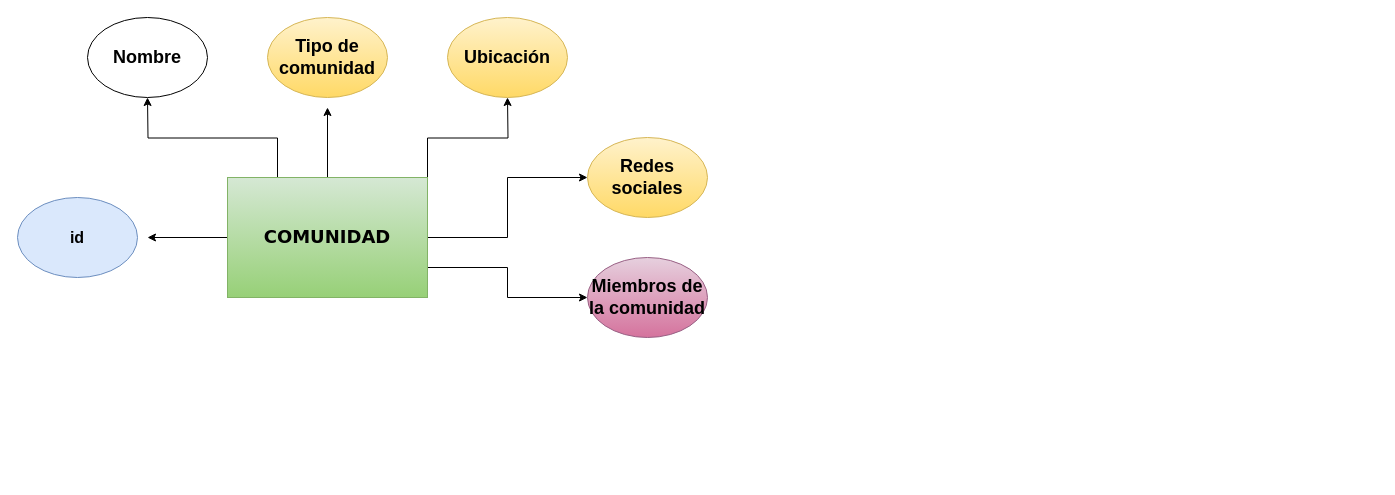
Above: Untitled Diagram.drawio in hongomoon/SkillsForWomenInTech (draw.io), before the change. Source tidied: cells renumbered, new cells numbered last; positions are measured from the earlier drawing's top-left corner, leaving out a move shared by most shapes. Both pictures are drawn from the tidied source at 100%, with x=0, y=0 at pixel (17, 17).
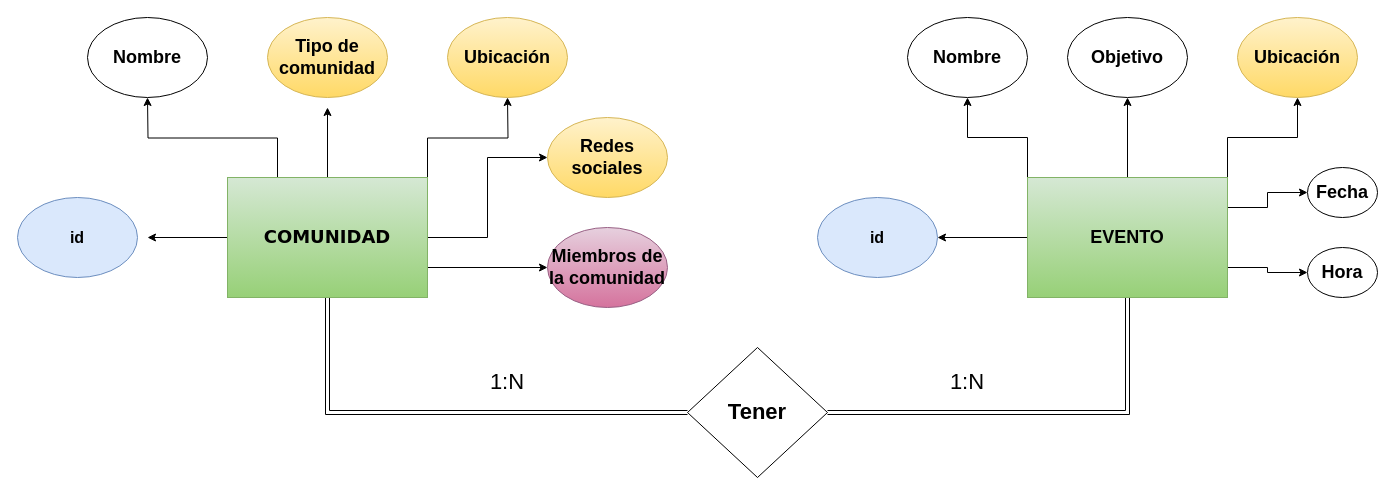
Above is the later version.

Unchanged cells that the change refers to:
```xml
<mxCell id="8" value="&lt;h3 style=&quot;font-size: 18px&quot;&gt;&lt;font style=&quot;font-size: 18px&quot; face=&quot;Verdana&quot;&gt;COMUNIDAD&lt;/font&gt;&lt;br&gt;&lt;/h3&gt;" style="rounded=0;whiteSpace=wrap;html=1;fillColor=#d5e8d4;strokeColor=#82b366;gradientColor=#97d077;" parent="1" vertex="1">
  <mxGeometry x="210" y="160" width="200" height="120" as="geometry" />
</mxCell>
```

Change to the diagram source:
```diff
@@
+    <mxCell id="15" style="edgeStyle=orthogonalEdgeStyle;rounded=0;jettySize=auto;html=1;exitX=0.5;exitY=1;exitDx=0;exitDy=0;entryX=0;entryY=0.5;entryDx=0;entryDy=0;fontFamily=Helvetica;fontSize=22;shape=link;" parent="1" edge="1" source="8" target="30">
+      <mxGeometry relative="1" as="geometry" />
+    </mxCell>
@@
     <mxCell id="13" value="&lt;b&gt;Redes sociales&lt;/b&gt;" style="ellipse;whiteSpace=wrap;html=1;fontFamily=Helvetica;fontSize=18;fillColor=#fff2cc;gradientColor=#ffd966;strokeColor=#d6b656;" parent="1" vertex="1">
-      <mxGeometry x="570" y="120" width="120" height="80" as="geometry" />
+      <mxGeometry x="530" y="100" width="120" height="80" as="geometry" />
     </mxCell>
     <mxCell id="14" value="&lt;b&gt;Miembros de la comunidad&lt;/b&gt;" style="ellipse;whiteSpace=wrap;html=1;fontFamily=Helvetica;fontSize=18;fillColor=#e6d0de;gradientColor=#d5739d;strokeColor=#996185;" parent="1" vertex="1">
-      <mxGeometry x="570" y="240" width="120" height="80" as="geometry" />
+      <mxGeometry x="530" y="210" width="120" height="80" as="geometry" />
     </mxCell>
+    <mxCell id="16" style="edgeStyle=none;rounded=0;jettySize=auto;html=1;exitX=0;exitY=0.5;exitDx=0;exitDy=0;entryX=1;entryY=0.5;entryDx=0;entryDy=0;fontFamily=Helvetica;fontSize=18;" parent="1" edge="1" source="23" target="24">
+      <mxGeometry relative="1" as="geometry" />
+    </mxCell>
+    <mxCell id="17" style="edgeStyle=orthogonalEdgeStyle;rounded=0;jettySize=auto;html=1;exitX=0;exitY=0;exitDx=0;exitDy=0;entryX=0.5;entryY=1;entryDx=0;entryDy=0;fontFamily=Helvetica;fontSize=18;" parent="1" edge="1" source="23" target="25">
+      <mxGeometry relative="1" as="geometry" />
+    </mxCell>
+    <mxCell id="18" style="edgeStyle=orthogonalEdgeStyle;rounded=0;jettySize=auto;html=1;exitX=0.5;exitY=0;exitDx=0;exitDy=0;entryX=0.5;entryY=1;entryDx=0;entryDy=0;fontFamily=Helvetica;fontSize=18;" parent="1" edge="1" source="23" target="26">
+      <mxGeometry relative="1" as="geometry" />
+    </mxCell>
+    <mxCell id="19" style="edgeStyle=orthogonalEdgeStyle;rounded=0;jettySize=auto;html=1;exitX=1;exitY=0;exitDx=0;exitDy=0;entryX=0.5;entryY=1;entryDx=0;entryDy=0;fontFamily=Helvetica;fontSize=18;" parent="1" edge="1" source="23" target="27">
+      <mxGeometry relative="1" as="geometry" />
+    </mxCell>
+    <mxCell id="20" style="edgeStyle=orthogonalEdgeStyle;rounded=0;jettySize=auto;html=1;exitX=1;exitY=0.25;exitDx=0;exitDy=0;entryX=0;entryY=0.5;entryDx=0;entryDy=0;fontFamily=Helvetica;fontSize=18;" parent="1" edge="1" source="23" target="28">
+      <mxGeometry relative="1" as="geometry" />
+    </mxCell>
+    <mxCell id="21" style="edgeStyle=orthogonalEdgeStyle;rounded=0;jettySize=auto;html=1;exitX=1;exitY=0.75;exitDx=0;exitDy=0;entryX=0;entryY=0.5;entryDx=0;entryDy=0;fontFamily=Helvetica;fontSize=18;" parent="1" edge="1" source="23" target="29">
+      <mxGeometry relative="1" as="geometry" />
+    </mxCell>
+    <mxCell id="22" style="edgeStyle=orthogonalEdgeStyle;rounded=0;jettySize=auto;html=1;exitX=0.5;exitY=1;exitDx=0;exitDy=0;entryX=1;entryY=0.5;entryDx=0;entryDy=0;fontFamily=Helvetica;fontSize=22;shape=link;" parent="1" edge="1" source="23" target="30">
+      <mxGeometry relative="1" as="geometry" />
+    </mxCell>
+    <mxCell id="23" value="&lt;h3 style=&quot;font-size: 18px&quot;&gt;EVENTO&lt;br&gt;&lt;/h3&gt;" style="rounded=0;whiteSpace=wrap;html=1;fillColor=#d5e8d4;strokeColor=#82b366;gradientColor=#97d077;" parent="1" vertex="1">
+      <mxGeometry x="1010" y="160" width="200" height="120" as="geometry" />
+    </mxCell>
+    <mxCell id="24" value="id" style="ellipse;whiteSpace=wrap;fontFamily=Helvetica;fontSize=16;fontStyle=1;fillColor=#dae8fc;strokeColor=#6c8ebf;" parent="1" vertex="1">
+      <mxGeometry x="800" y="180" width="120" height="80" as="geometry" />
+    </mxCell>
+    <mxCell id="25" value="&lt;b&gt;Nombre&lt;/b&gt;" style="ellipse;whiteSpace=wrap;html=1;fontFamily=Helvetica;fontSize=18;" parent="1" vertex="1">
+      <mxGeometry x="890" width="120" height="80" as="geometry" />
+    </mxCell>
+    <mxCell id="26" value="&lt;b&gt;Objetivo&lt;/b&gt;" style="ellipse;whiteSpace=wrap;html=1;fontFamily=Helvetica;fontSize=18;" parent="1" vertex="1">
+      <mxGeometry x="1050" width="120" height="80" as="geometry" />
+    </mxCell>
+    <mxCell id="27" value="&lt;b&gt;Ubicación&lt;/b&gt;" style="ellipse;whiteSpace=wrap;html=1;fontFamily=Helvetica;fontSize=18;fillColor=#fff2cc;gradientColor=#ffd966;strokeColor=#d6b656;" parent="1" vertex="1">
+      <mxGeometry x="1220" width="120" height="80" as="geometry" />
+    </mxCell>
+    <mxCell id="28" value="&lt;b&gt;Fecha&lt;/b&gt;" style="ellipse;whiteSpace=wrap;html=1;fontFamily=Helvetica;fontSize=18;" parent="1" vertex="1">
+      <mxGeometry x="1290" y="150" width="70" height="50" as="geometry" />
+    </mxCell>
+    <mxCell id="29" value="&lt;b&gt;Hora&lt;/b&gt;" style="ellipse;whiteSpace=wrap;html=1;fontFamily=Helvetica;fontSize=18;" parent="1" vertex="1">
+      <mxGeometry x="1290" y="230" width="70" height="50" as="geometry" />
+    </mxCell>
+    <mxCell id="30" value="&lt;font style=&quot;font-size: 22px&quot;&gt;&lt;b&gt;Tener&lt;/b&gt;&lt;/font&gt;" style="rhombus;whiteSpace=wrap;html=1;fontFamily=Helvetica;fontSize=18;" parent="1" vertex="1">
+      <mxGeometry x="670" y="330" width="140" height="130" as="geometry" />
+    </mxCell>
+    <mxCell id="31" value="1:N" style="text;html=1;strokeColor=none;fillColor=none;align=center;verticalAlign=middle;whiteSpace=wrap;rounded=0;fontFamily=Helvetica;fontSize=22;" parent="1" vertex="1">
+      <mxGeometry x="460" y="350" width="60" height="30" as="geometry" />
+    </mxCell>
+    <mxCell id="32" value="1:N" style="text;html=1;strokeColor=none;fillColor=none;align=center;verticalAlign=middle;whiteSpace=wrap;rounded=0;fontFamily=Helvetica;fontSize=22;" parent="1" vertex="1">
+      <mxGeometry x="920" y="350" width="60" height="30" as="geometry" />
+    </mxCell>
```
